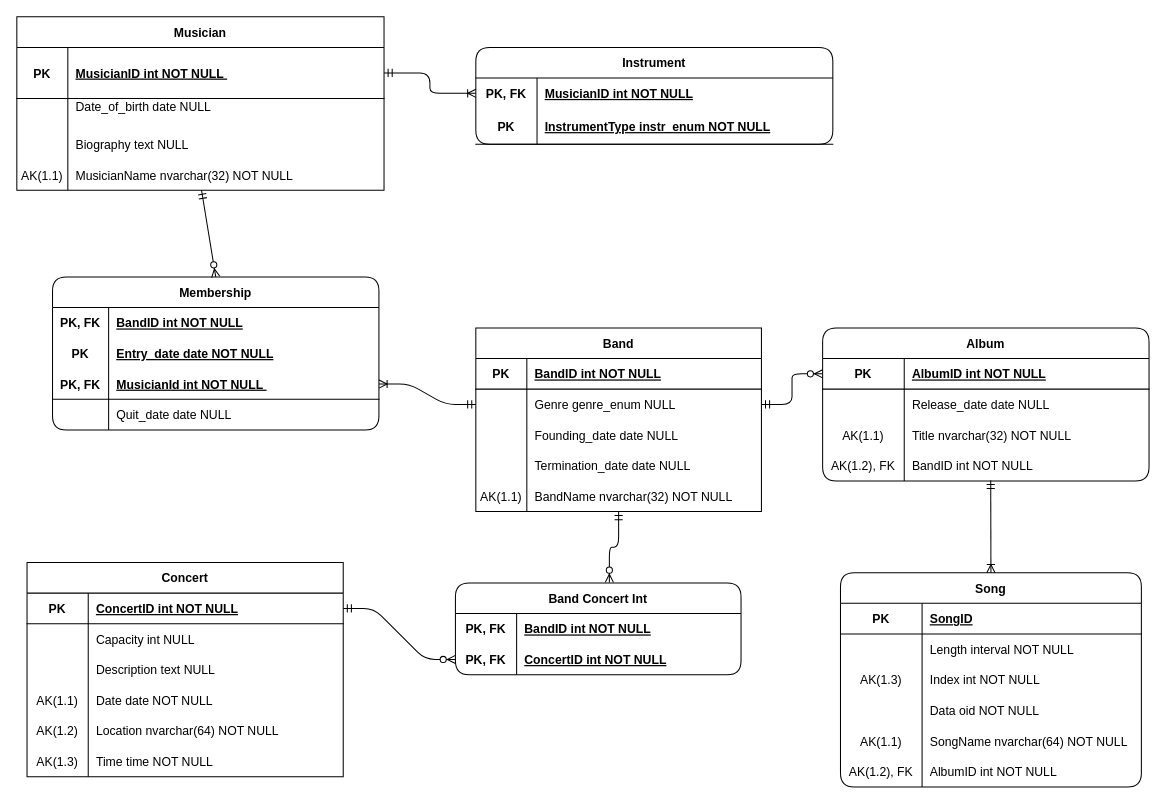
Above: Rel v2.drawio in frussian/MusicStreaming (draw.io), before the change. Source tidied: cells renumbered, new cells numbered last; positions are measured from the earlier drawing's top-left corner, leaving out a move shared by most shapes. Both pictures are drawn from the tidied source at 102%, with x=0, y=0 at pixel (16, 16).
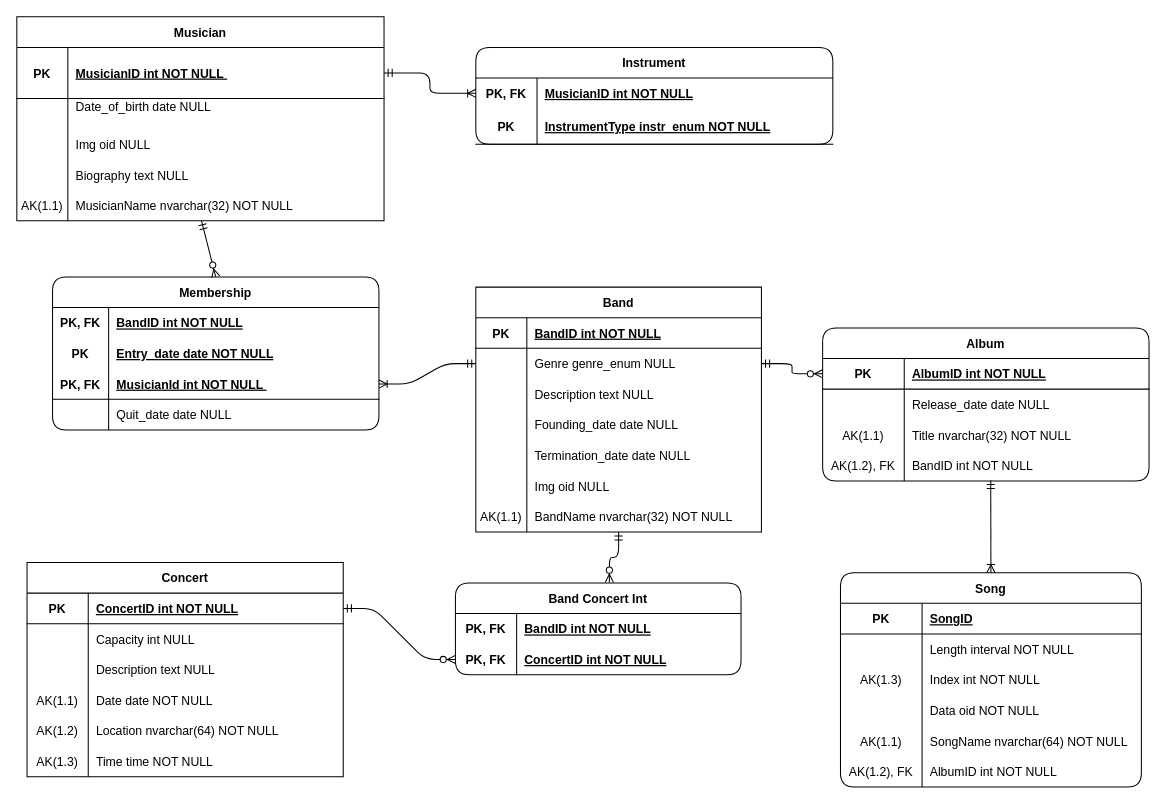
The same page after the edit.

Commit message (it also covers changes not shown here):
image fields in ER and Rel + proto messages

The edit, as a diff of the source:
```diff
@@
     <mxCell id="9" value="Musician" style="shape=table;startSize=30;childLayout=tableLayout;rowLines=0;fontStyle=1;align=center;" parent="1" vertex="1">
-      <mxGeometry width="360" height="170" as="geometry" />
+      <mxGeometry width="360" height="200" as="geometry" />
     </mxCell>
@@
+    <mxCell id="116" style="shape=partialRectangle;fillColor=none;top=0;left=0;right=0;bottom=0;" parent="9" vertex="1">
+      <mxGeometry y="110" width="360" height="30" as="geometry" />
+    </mxCell>
+    <mxCell id="117" style="shape=partialRectangle;overflow=hidden;fillColor=none;top=0;left=0;bottom=0;right=0;" parent="116" vertex="1">
+      <mxGeometry width="50" height="30" as="geometry" />
+    </mxCell>
+    <mxCell id="118" value="Img oid NULL" style="shape=partialRectangle;overflow=hidden;fillColor=none;top=0;left=0;bottom=0;right=0;align=left;spacingLeft=6;fontStyle=0;" parent="116" vertex="1">
+      <mxGeometry x="50" width="310" height="30" as="geometry" />
+    </mxCell>
     <mxCell id="16" style="shape=partialRectangle;fillColor=none;top=0;left=0;right=0;bottom=0;" parent="9" vertex="1">
-      <mxGeometry y="110" width="360" height="30" as="geometry" />
+      <mxGeometry y="140" width="360" height="30" as="geometry" />
     </mxCell>
@@
     <mxCell id="19" style="shape=partialRectangle;fillColor=none;points=[[0,0.5],[1,0.5]];portConstraint=eastwest;top=0;left=0;right=0;bottom=0;" parent="9" vertex="1">
-      <mxGeometry y="140" width="360" height="30" as="geometry" />
+      <mxGeometry y="170" width="360" height="30" as="geometry" />
     </mxCell>
@@
     <mxCell id="36" value="Band" style="shape=table;startSize=30;childLayout=tableLayout;rowLines=0;fontStyle=1;align=center;rounded=0;fillColor=none;shadow=0;sketch=0;" parent="1" vertex="1">
-      <mxGeometry x="450" y="305" width="280" height="180" as="geometry" />
+      <mxGeometry x="450" y="265" width="280" height="240" as="geometry" />
     </mxCell>
@@
+    <mxCell id="119" style="shape=partialRectangle;fillColor=none;top=0;left=0;bottom=0;right=0;" parent="36" vertex="1">
+      <mxGeometry y="90" width="280" height="30" as="geometry" />
+    </mxCell>
+    <mxCell id="120" style="shape=partialRectangle;fillColor=none;top=0;left=0;bottom=0;right=0;overflow=hidden;" parent="119" vertex="1">
+      <mxGeometry width="50" height="30" as="geometry" />
+    </mxCell>
+    <mxCell id="121" value="Description text NULL" style="shape=partialRectangle;fillColor=none;top=0;left=0;bottom=0;right=0;align=left;spacingLeft=6;overflow=hidden;" parent="119" vertex="1">
+      <mxGeometry x="50" width="230" height="30" as="geometry" />
+    </mxCell>
     <mxCell id="43" style="shape=partialRectangle;fillColor=none;top=0;left=0;bottom=0;right=0;" parent="36" vertex="1">
-      <mxGeometry y="90" width="280" height="30" as="geometry" />
+      <mxGeometry y="120" width="280" height="30" as="geometry" />
     </mxCell>
@@
     <mxCell id="46" style="shape=partialRectangle;fillColor=none;top=0;left=0;bottom=0;right=0;" parent="36" vertex="1">
-      <mxGeometry y="120" width="280" height="30" as="geometry" />
+      <mxGeometry y="150" width="280" height="30" as="geometry" />
     </mxCell>
@@
+    <mxCell id="122" style="shape=partialRectangle;fillColor=none;top=0;left=0;right=0;bottom=0;" parent="36" vertex="1">
+      <mxGeometry y="180" width="280" height="30" as="geometry" />
+    </mxCell>
+    <mxCell id="123" style="shape=partialRectangle;overflow=hidden;fillColor=none;top=0;left=0;bottom=0;right=0;" parent="122" vertex="1">
+      <mxGeometry width="50" height="30" as="geometry" />
+    </mxCell>
+    <mxCell id="124" value="Img oid NULL" style="shape=partialRectangle;overflow=hidden;fillColor=none;top=0;left=0;bottom=0;right=0;align=left;spacingLeft=6;fontStyle=0;" parent="122" vertex="1">
+      <mxGeometry x="50" width="230" height="30" as="geometry" />
+    </mxCell>
     <mxCell id="49" style="shape=partialRectangle;fillColor=none;top=0;left=0;bottom=0;right=0;" parent="36" vertex="1">
-      <mxGeometry y="150" width="280" height="30" as="geometry" />
+      <mxGeometry y="210" width="280" height="30" as="geometry" />
     </mxCell>
```
